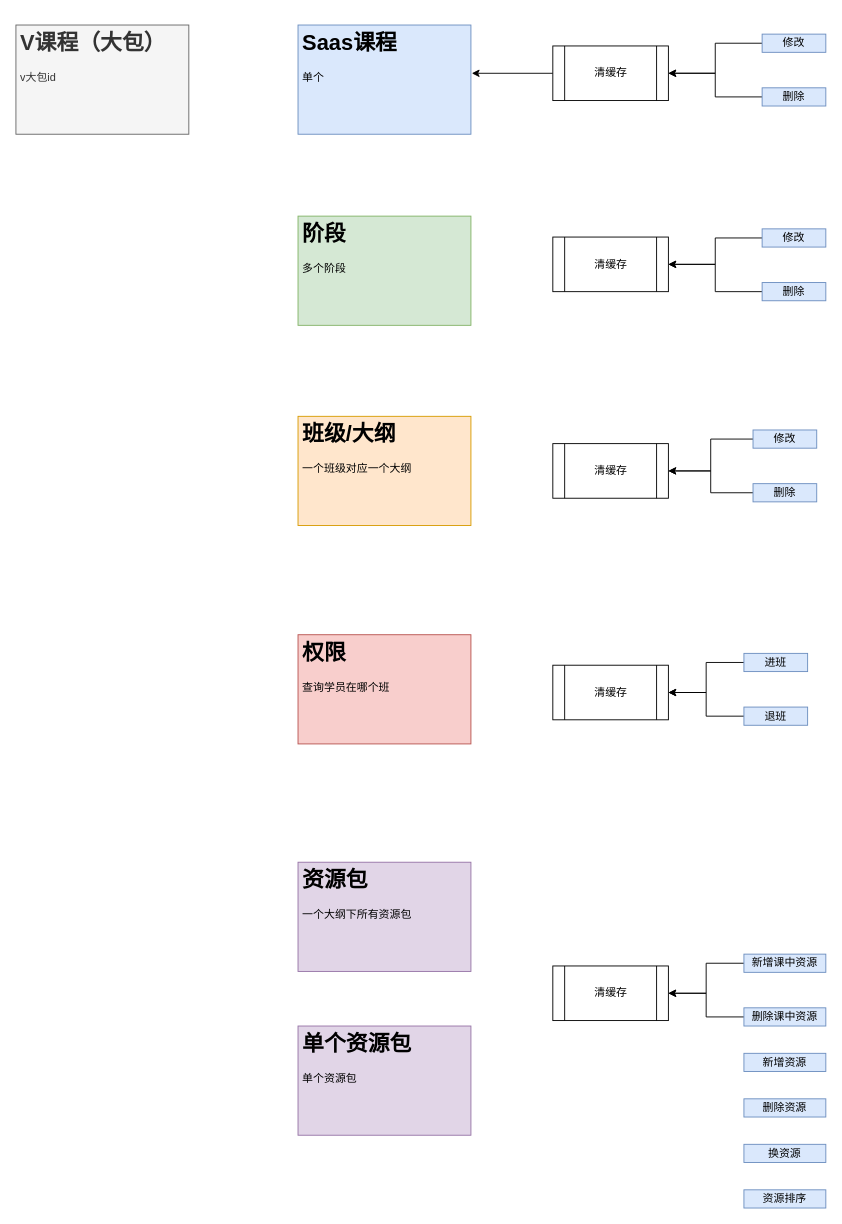
Above: Untitled Diagram.drawio in haiyanqi/frontTechnology_BaiDu_Yan (draw.io), before the change. Source tidied: cells renumbered, new cells numbered last; positions are measured from the earlier drawing's top-left corner, leaving out a move shared by most shapes. Both pictures are drawn from the tidied source at 91%, with x=0, y=0 at pixel (15, 25).
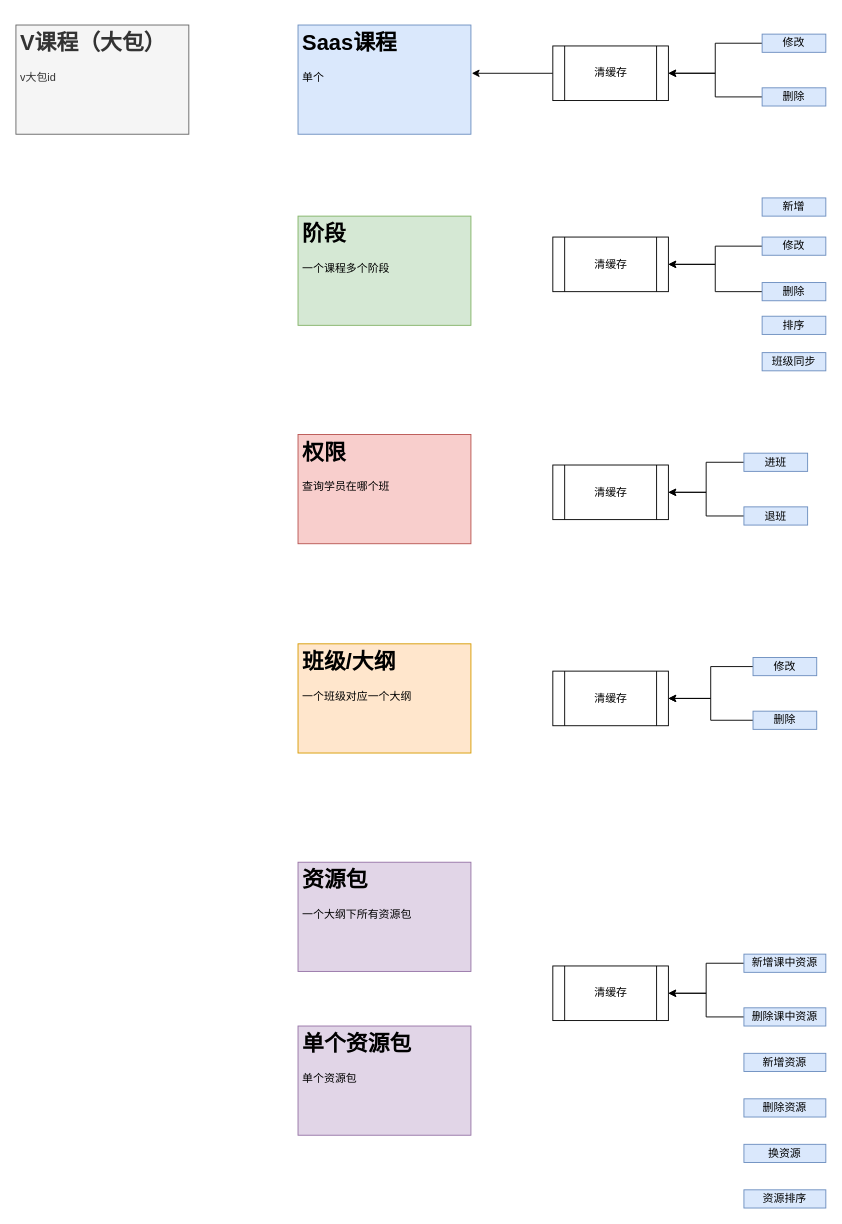
The same diagram, later.

The edit, as a diff of the source:
```diff
@@
-    <mxCell id="4" value="&lt;h1&gt;阶段&lt;/h1&gt;&lt;p&gt;多个阶段&lt;/p&gt;" style="text;html=1;strokeColor=#82b366;fillColor=#d5e8d4;spacing=5;spacingTop=-20;whiteSpace=wrap;overflow=hidden;rounded=0;" parent="1" vertex="1">
+    <mxCell id="4" value="&lt;h1&gt;阶段&lt;/h1&gt;&lt;p&gt;一个课程多个阶段&lt;/p&gt;" style="text;html=1;strokeColor=#82b366;fillColor=#d5e8d4;spacing=5;spacingTop=-20;whiteSpace=wrap;overflow=hidden;rounded=0;" parent="1" vertex="1">
       <mxGeometry x="310" y="210" width="190" height="120" as="geometry" />
     </mxCell>
     <mxCell id="5" value="&lt;h1&gt;班级/大纲&lt;/h1&gt;&lt;p&gt;一个班级对应一个大纲&lt;/p&gt;" style="text;html=1;strokeColor=#d79b00;fillColor=#ffe6cc;spacing=5;spacingTop=-20;whiteSpace=wrap;overflow=hidden;rounded=0;" parent="1" vertex="1">
-      <mxGeometry x="310" y="430" width="190" height="120" as="geometry" />
+      <mxGeometry x="310" y="680" width="190" height="120" as="geometry" />
     </mxCell>
     <mxCell id="6" value="&lt;h1&gt;权限&lt;/h1&gt;&lt;p&gt;查询学员在哪个班&lt;/p&gt;" style="text;html=1;strokeColor=#b85450;fillColor=#f8cecc;spacing=5;spacingTop=-20;whiteSpace=wrap;overflow=hidden;rounded=0;" parent="1" vertex="1">
-      <mxGeometry x="310" y="670" width="190" height="120" as="geometry" />
+      <mxGeometry x="310" y="450" width="190" height="120" as="geometry" />
     </mxCell>
@@
     <mxCell id="17" value="修改" style="text;html=1;strokeColor=#6c8ebf;fillColor=#dae8fc;align=center;verticalAlign=middle;whiteSpace=wrap;rounded=0;" parent="1" vertex="1">
-      <mxGeometry x="820" y="224" width="70" height="20" as="geometry" />
+      <mxGeometry x="820" y="233" width="70" height="20" as="geometry" />
     </mxCell>
@@
     <mxCell id="20" value="&lt;span&gt;清缓存&lt;/span&gt;" style="shape=process;whiteSpace=wrap;html=1;backgroundOutline=1;" parent="1" vertex="1">
-      <mxGeometry x="590" y="460" width="127" height="60" as="geometry" />
+      <mxGeometry x="590" y="710" width="127" height="60" as="geometry" />
     </mxCell>
@@
     <mxCell id="22" value="修改" style="text;html=1;strokeColor=#6c8ebf;fillColor=#dae8fc;align=center;verticalAlign=middle;whiteSpace=wrap;rounded=0;" parent="1" vertex="1">
-      <mxGeometry x="810" y="445" width="70" height="20" as="geometry" />
+      <mxGeometry x="810" y="695" width="70" height="20" as="geometry" />
     </mxCell>
@@
     <mxCell id="24" value="删除" style="text;html=1;strokeColor=#6c8ebf;fillColor=#dae8fc;align=center;verticalAlign=middle;whiteSpace=wrap;rounded=0;" parent="1" vertex="1">
-      <mxGeometry x="810" y="504" width="70" height="20" as="geometry" />
+      <mxGeometry x="810" y="754" width="70" height="20" as="geometry" />
     </mxCell>
     <mxCell id="25" value="&lt;span&gt;清缓存&lt;/span&gt;" style="shape=process;whiteSpace=wrap;html=1;backgroundOutline=1;" parent="1" vertex="1">
-      <mxGeometry x="590" y="703.5" width="127" height="60" as="geometry" />
+      <mxGeometry x="590" y="483.5" width="127" height="60" as="geometry" />
     </mxCell>
@@
     <mxCell id="27" value="进班" style="text;html=1;strokeColor=#6c8ebf;fillColor=#dae8fc;align=center;verticalAlign=middle;whiteSpace=wrap;rounded=0;" parent="1" vertex="1">
-      <mxGeometry x="800" y="690.5" width="70" height="20" as="geometry" />
+      <mxGeometry x="800" y="470.5" width="70" height="20" as="geometry" />
     </mxCell>
@@
     <mxCell id="29" value="退班" style="text;html=1;strokeColor=#6c8ebf;fillColor=#dae8fc;align=center;verticalAlign=middle;whiteSpace=wrap;rounded=0;" parent="1" vertex="1">
-      <mxGeometry x="800" y="749.5" width="70" height="20" as="geometry" />
+      <mxGeometry x="800" y="529.5" width="70" height="20" as="geometry" />
     </mxCell>
@@
+    <mxCell id="39" value="新增" style="text;html=1;strokeColor=#6c8ebf;fillColor=#dae8fc;align=center;verticalAlign=middle;whiteSpace=wrap;rounded=0;" parent="1" vertex="1">
+      <mxGeometry x="820" y="190" width="70" height="20" as="geometry" />
+    </mxCell>
+    <mxCell id="40" value="排序" style="text;html=1;strokeColor=#6c8ebf;fillColor=#dae8fc;align=center;verticalAlign=middle;whiteSpace=wrap;rounded=0;" parent="1" vertex="1">
+      <mxGeometry x="820" y="320" width="70" height="20" as="geometry" />
+    </mxCell>
+    <mxCell id="41" value="班级同步" style="text;html=1;strokeColor=#6c8ebf;fillColor=#dae8fc;align=center;verticalAlign=middle;whiteSpace=wrap;rounded=0;" parent="1" vertex="1">
+      <mxGeometry x="820" y="360" width="70" height="20" as="geometry" />
+    </mxCell>
```
